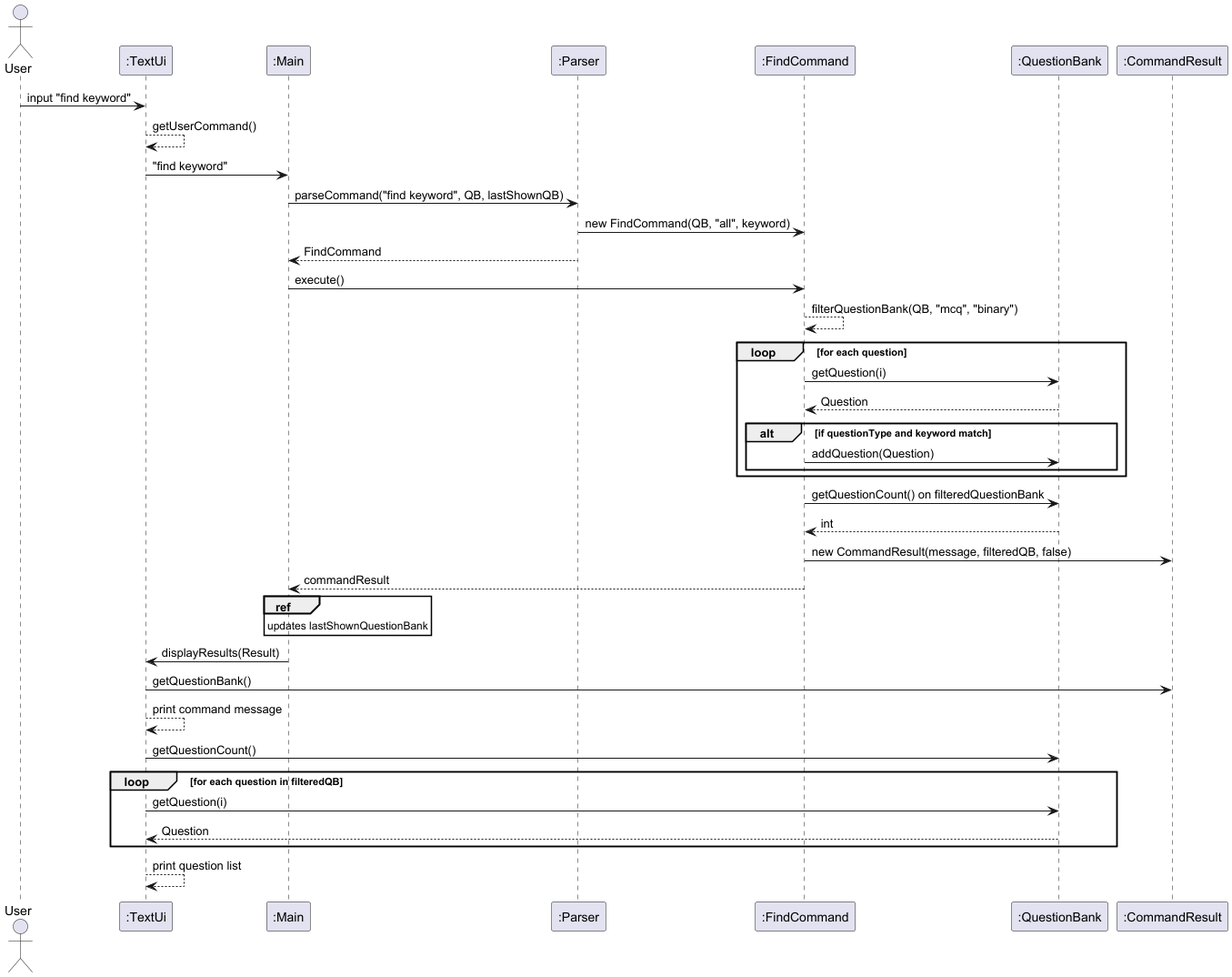
Earlier version of the PlantUML export docs/diagrams/sequence/Find.png (tongkiankiat/tp).
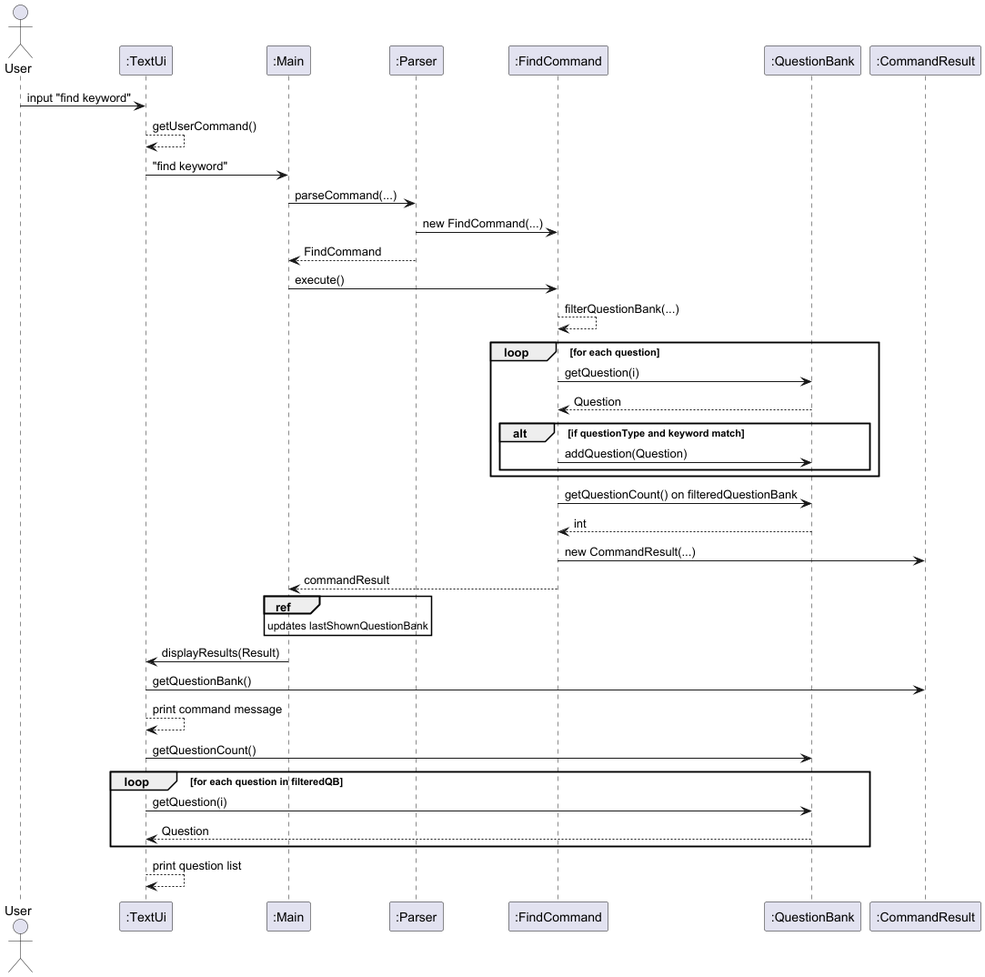
The same file after the commit.

Commit message:
Updates Find and List sequence diagrams

Change to the diagram source:
```diff
@@ -11,12 +11,12 @@
 UI --> UI : getUserCommand()
 UI -> Main : "find keyword"
 
-Main -> Parser : parseCommand("find keyword", QB, lastShownQB)
-Parser -> FindCmd : new FindCommand(QB, "all", keyword)
+Main -> Parser : parseCommand(...)
+Parser -> FindCmd : new FindCommand(...)
 Parser --> Main : FindCommand
 
 Main -> FindCmd : execute()
-FindCmd --> FindCmd : filterQuestionBank(QB, "mcq", "binary")
+FindCmd --> FindCmd : filterQuestionBank(...)
 loop for each question
     FindCmd -> QB : getQuestion(i)
     QB --> FindCmd : Question
@@ -27,7 +27,7 @@
 
 FindCmd -> QB : getQuestionCount() on filteredQuestionBank
 QB --> FindCmd : int
-FindCmd -> Result : new CommandResult(message, filteredQB, false)
+FindCmd -> Result : new CommandResult(...)
 FindCmd --> Main : commandResult
 
 ref over Main
```
